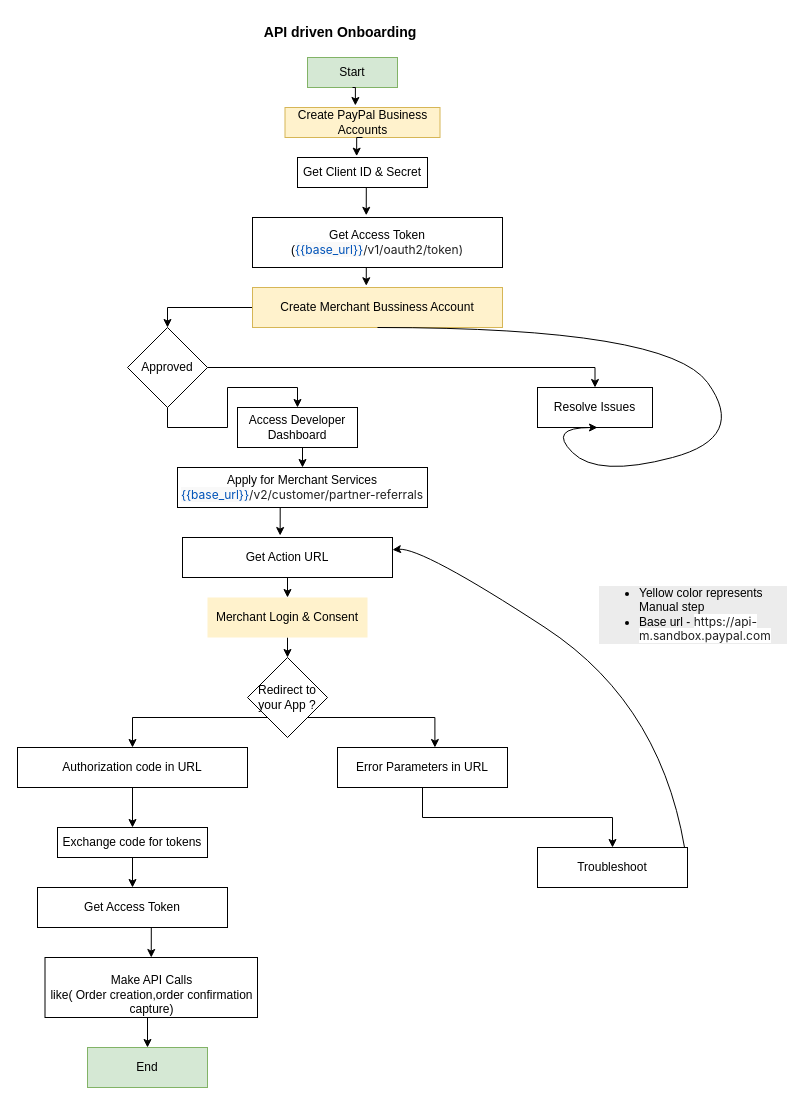
Earlier version of the draw.io diagram page "API_driven_Onboarding" (1 of 2) of flow-charts/paypal-merchant-onboarding.drawio (rajneeshpatel07/payal-payments). Source tidied: cells renumbered, new cells numbered last; positions are measured from the earlier drawing's top-left corner, leaving out a move shared by most shapes. Both pictures are drawn from the tidied source at 100%, with x=0, y=0 at pixel (17, 17).
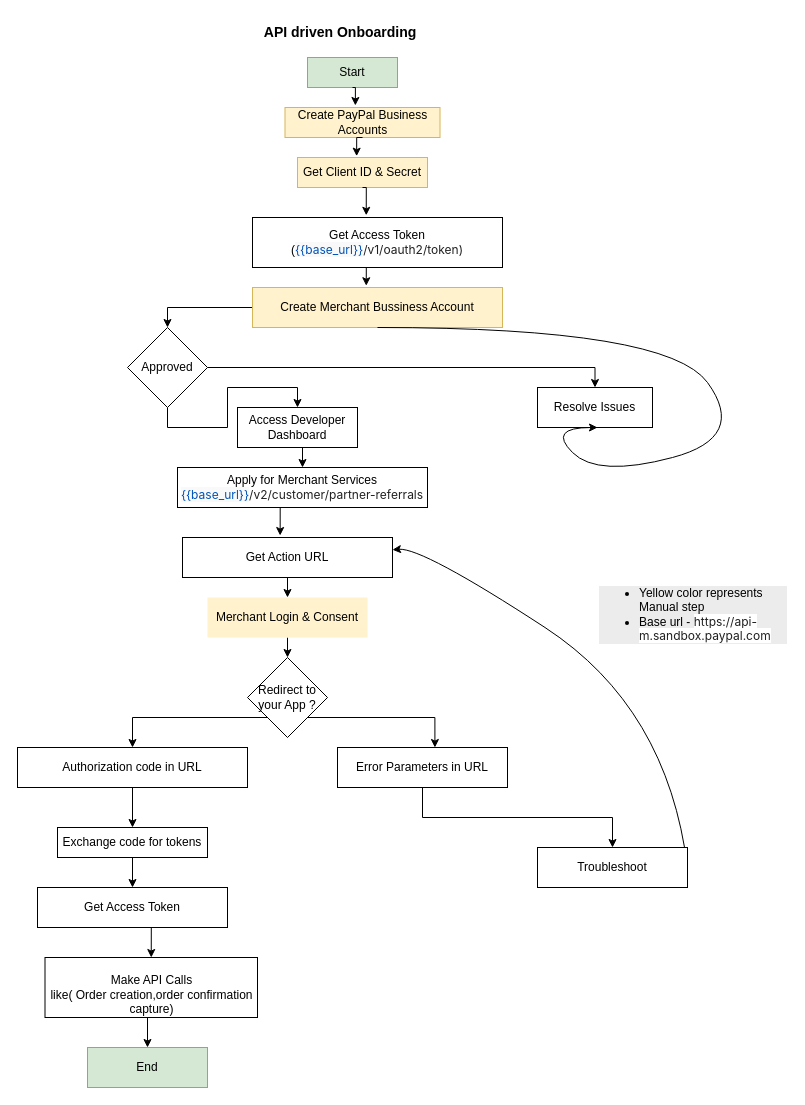
The same page after the edit.

The edit, as a diff of the source:
```diff
@@
-    <mxCell id="37" value="Get Client ID &amp;amp; Secret" style="rounded=0;whiteSpace=wrap;html=1;" parent="1" vertex="1">
+    <mxCell id="37" value="Get Client ID &amp;amp; Secret" style="rounded=0;whiteSpace=wrap;html=1;fillColor=#fff2cc;strokeColor=#d6b656;" parent="1" vertex="1">
       <mxGeometry x="280" y="140" width="130" height="30" as="geometry" />
     </mxCell>
```
